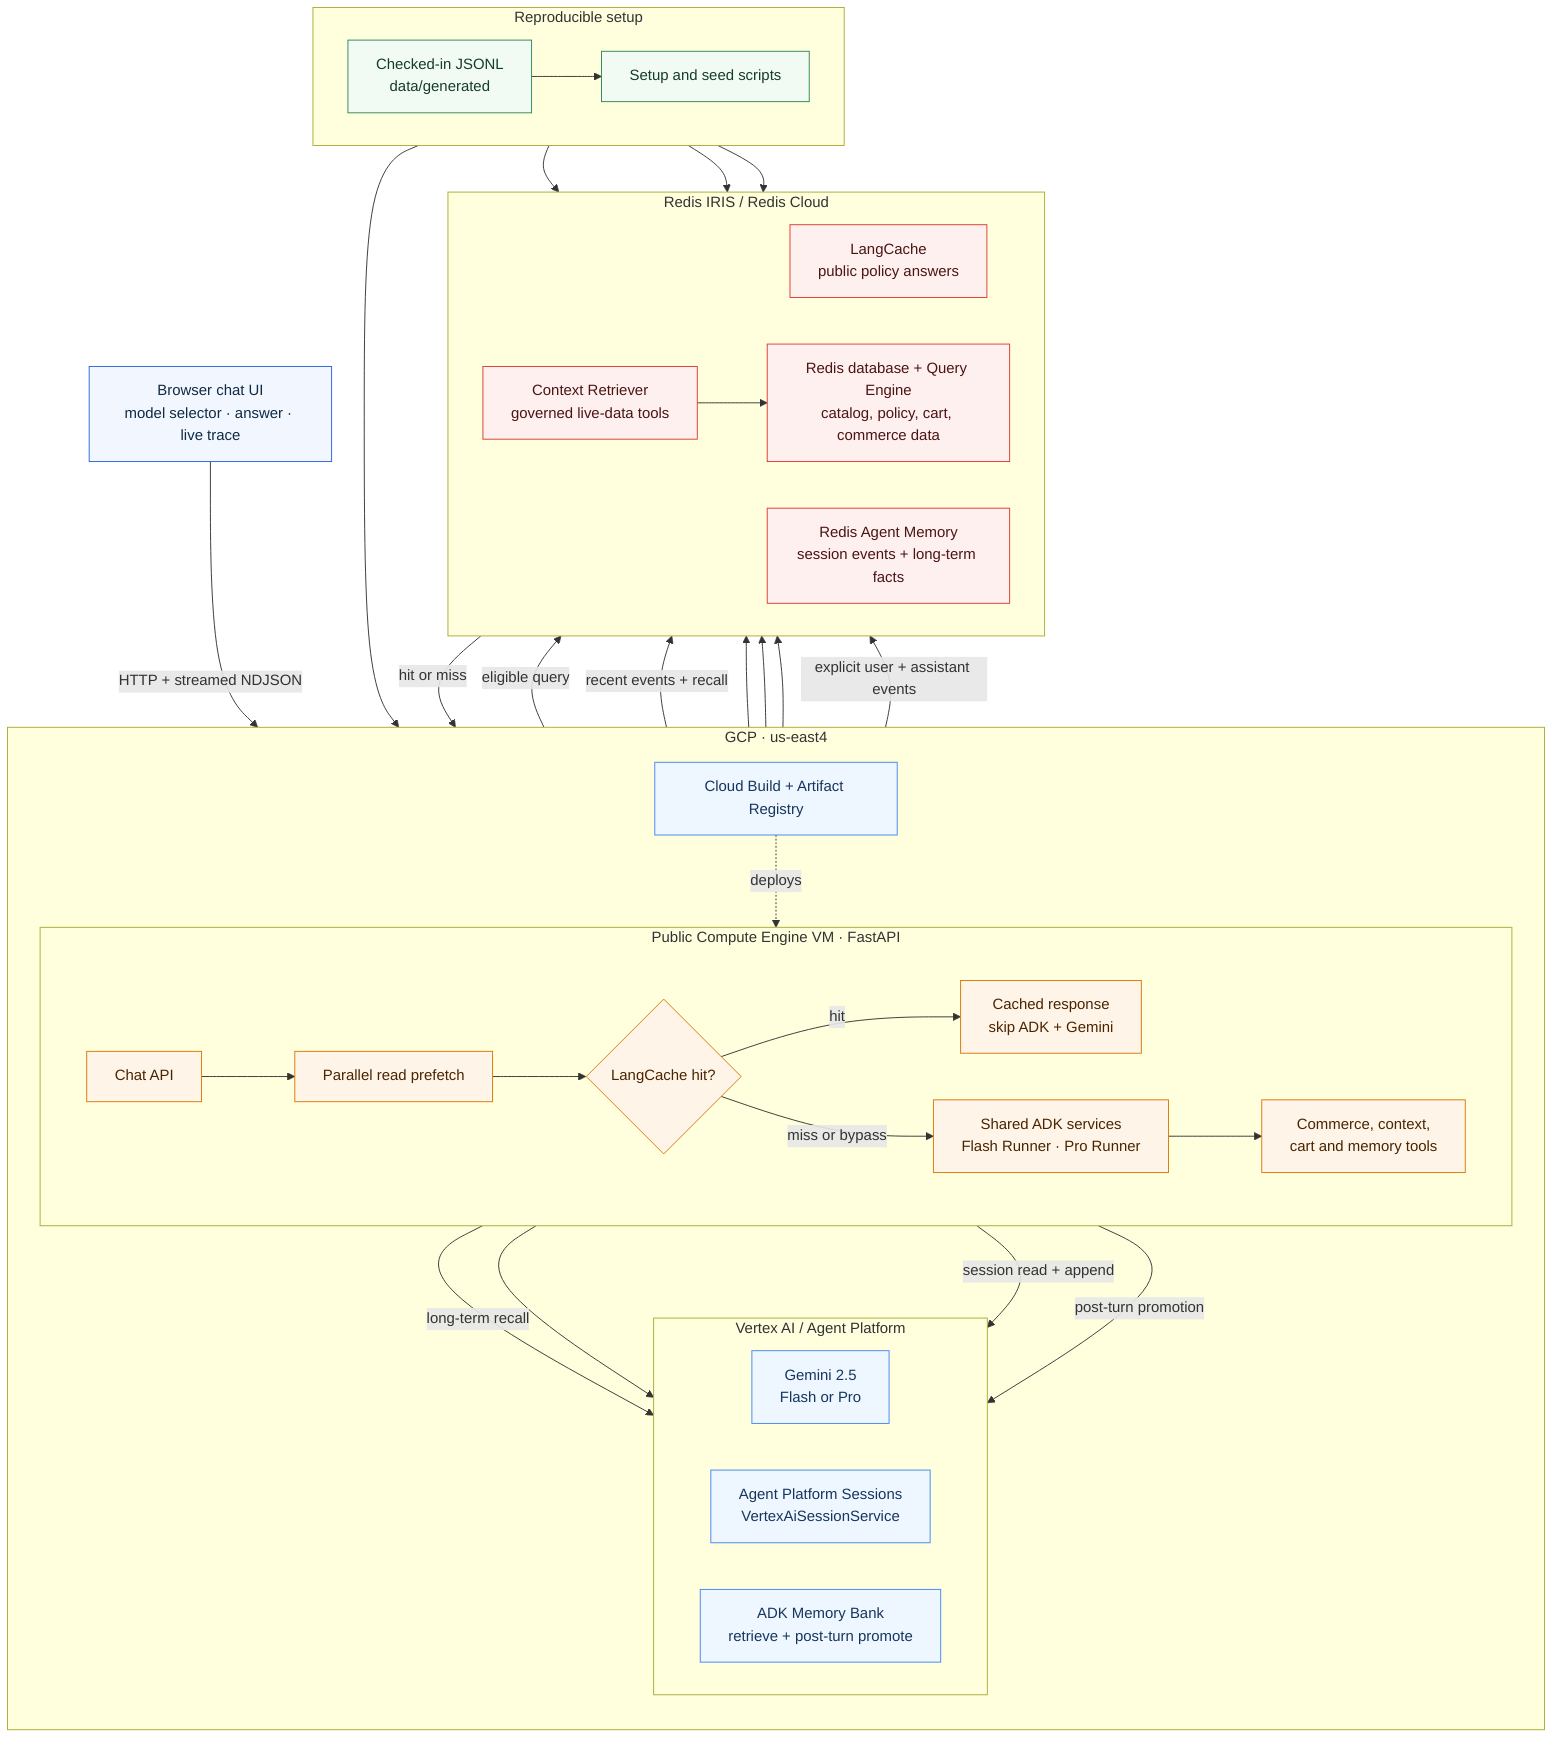
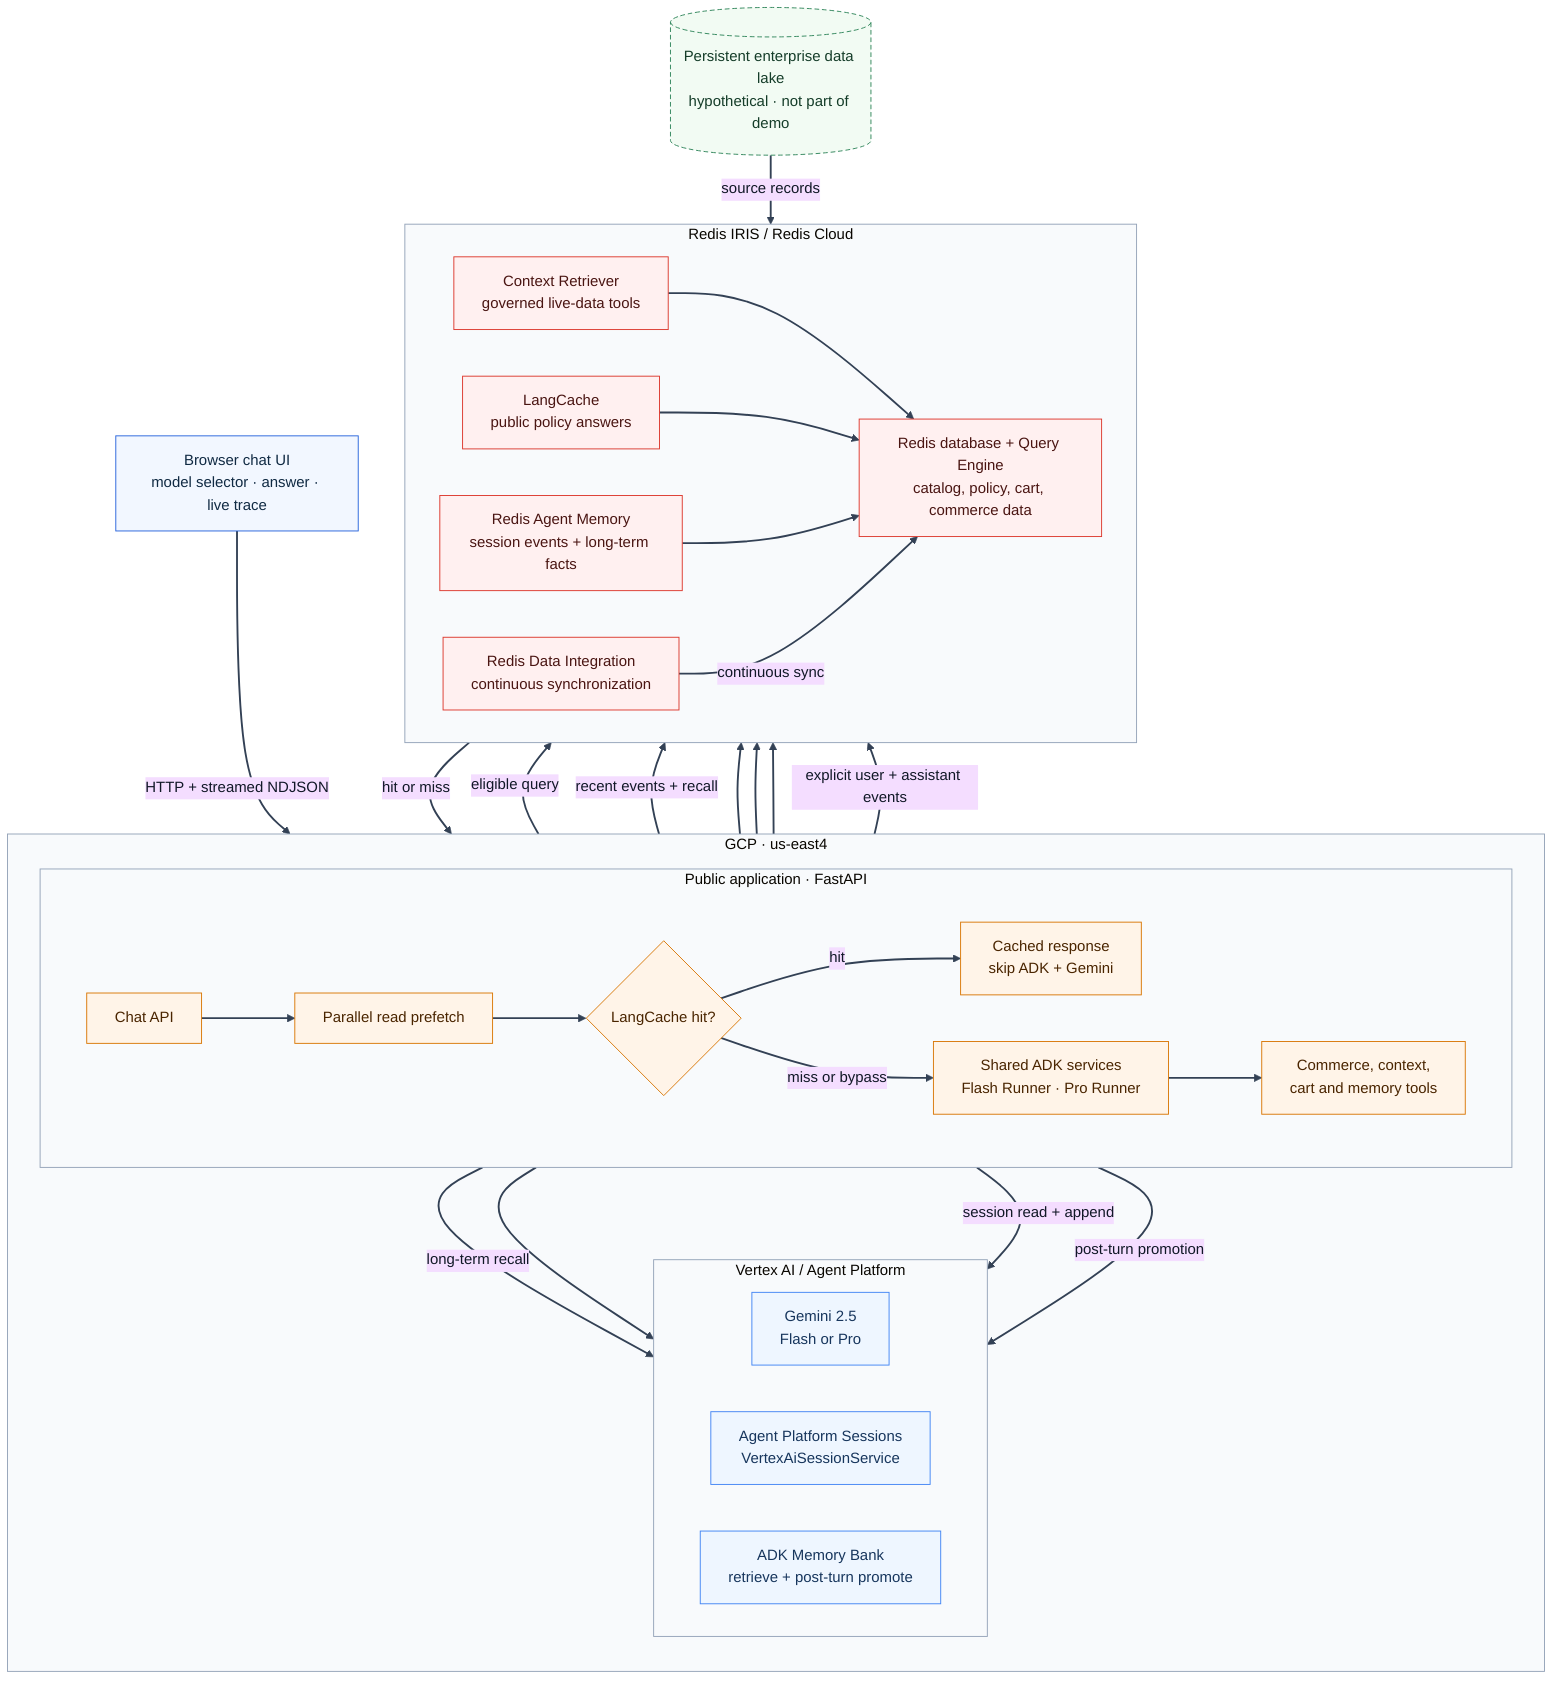
+ %%{init: {"theme":"base","themeVariables":{"background":"#ffffff","primaryTextColor":"#111827","lineColor":"#334155","clusterBkg":"#f8fafc","clusterBorder":"#94a3b8"},"flowchart":{"curve":"basis"}}}%%
flowchart TB
    browser["Browser chat UI<br/>model selector · answer · live trace"]

    subgraph gcp["GCP · us-east4"]
        direction TB
-         build["Cloud Build + Artifact Registry"]
- 
-         subgraph run["Public Compute Engine VM · FastAPI"]
+         subgraph run["Public application · FastAPI"]
            direction LR
            api["Chat API"] --> prefetch["Parallel read prefetch"]
            prefetch --> gate{"LangCache hit?"}
            gate -->|hit| cached["Cached response<br/>skip ADK + Gemini"]
            gate -->|miss or bypass| runners["Shared ADK services<br/>Flash Runner · Pro Runner"]
            runners --> tools["Commerce, context,<br/>cart and memory tools"]
        end

        subgraph vertex["Vertex AI / Agent Platform"]
            direction LR
            gemini["Gemini 2.5<br/>Flash or Pro"]
            sessions["Agent Platform Sessions<br/>VertexAiSessionService"]
            bank["ADK Memory Bank<br/>retrieve + post-turn promote"]
        end
    end

    subgraph iris["Redis IRIS / Redis Cloud"]
        direction LR
+         rdi["Redis Data Integration<br/>continuous synchronization"]
        cache["LangCache<br/>public policy answers"]
        ram["Redis Agent Memory<br/>session events + long-term facts"]
        context["Context Retriever<br/>governed live-data tools"]
        database["Redis database + Query Engine<br/>catalog, policy, cart, commerce data"]
    end

-     subgraph reproducible["Reproducible setup"]
-         direction LR
-         dataset["Checked-in JSONL<br/>data/generated"] --> setup["Setup and seed scripts"]
-     end
+     lake[("Persistent enterprise data lake<br/>hypothetical · not part of demo")]

    browser -->|HTTP + streamed NDJSON| api
-     build -.->|deploys| api

    prefetch -->|eligible query| cache
    cache -->|hit or miss| gate
    prefetch -->|recent events + recall| ram
    prefetch -->|long-term recall| bank

    runners --> gemini
    runners -->|session read + append| sessions
    runners -->|post-turn promotion| bank
    tools --> context
    tools --> database
    tools --> ram
    context --> database
    api -->|explicit user + assistant events| ram

-     setup --> database
-     setup --> context
-     setup --> ram
-     setup --> bank
+     cache --> database
+     ram --> database
+     lake -->|source records| rdi
+     rdi -->|continuous sync| database

    classDef client fill:#f2f7ff,stroke:#2864dc,color:#102a43
    classDef app fill:#fff4e8,stroke:#d97706,color:#4a2500
    classDef google fill:#eef6ff,stroke:#4285f4,color:#17365d
    classDef redis fill:#fff0f0,stroke:#dc382d,color:#4a1512
-     classDef data fill:#f2fbf3,stroke:#2f855a,color:#153d29
+     classDef external fill:#f2fbf3,stroke:#2f855a,color:#153d29,stroke-dasharray:5 3

    class browser client
    class api,prefetch,gate,cached,runners,tools app
-     class gemini,sessions,bank,build google
-     class cache,ram,context,database redis
-     class dataset,setup data
+     class gemini,sessions,bank google
+     class rdi,cache,ram,context,database redis
+     class lake external
+ 
+     linkStyle default stroke:#334155,stroke-width:2px
